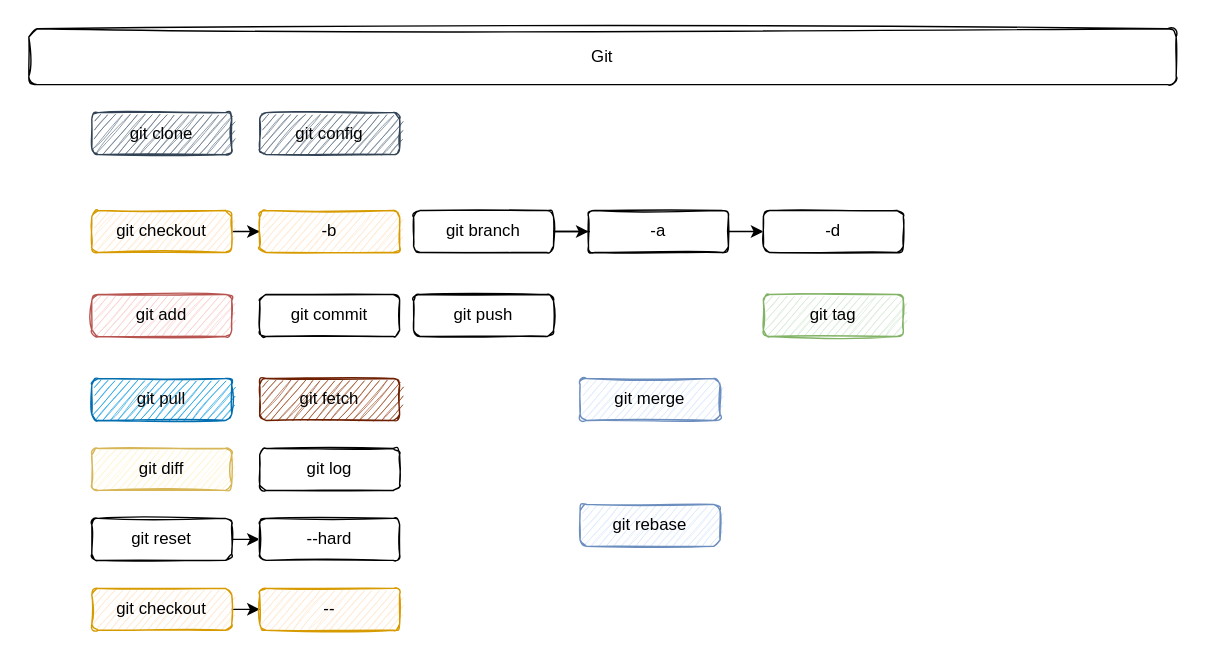
Before: 03-工作环境/images/Git-commands.svg, a diagram exported from draw.io (cd-home/Root). Source tidied: cells renumbered, new cells last; positions are measured from the earlier drawing's top-left corner, leaving out a move shared by most shapes.
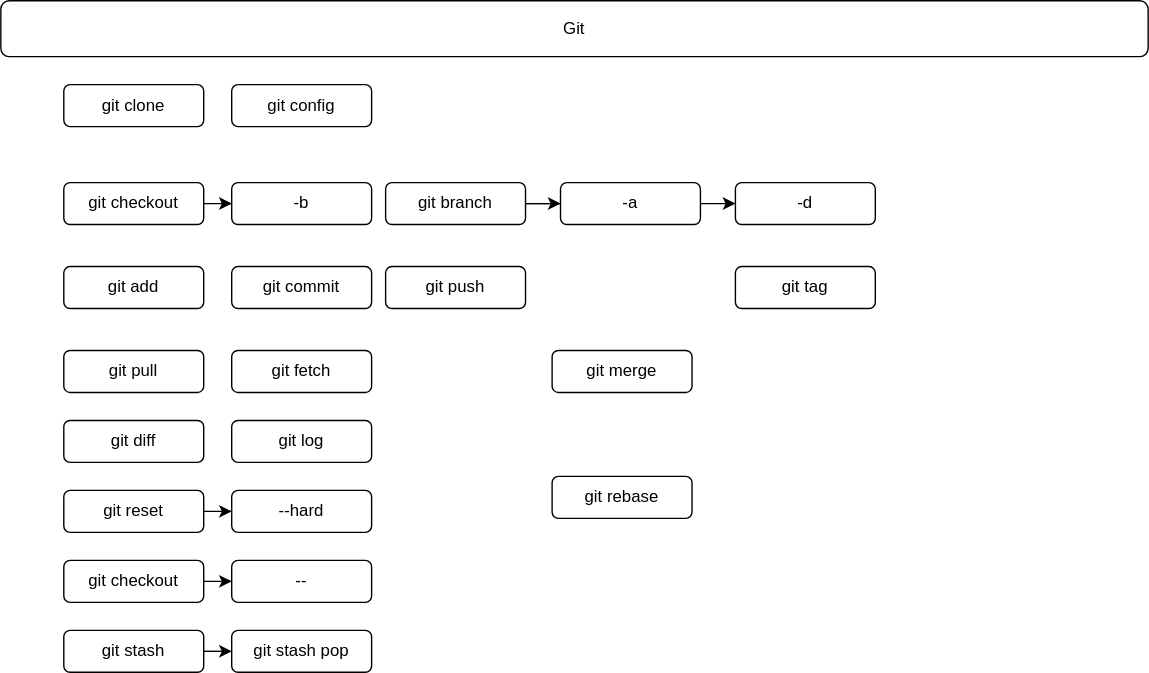
The same file after the commit.

The edit, as a diff of the source:
```diff
@@ -2,10 +2,10 @@
   <root>
     <mxCell id="0" />
     <mxCell id="1" parent="0" />
-    <mxCell id="2" value="Git" style="rounded=1;whiteSpace=wrap;html=1;sketch=1;" parent="1" vertex="1">
+    <mxCell id="2" value="Git" style="rounded=1;whiteSpace=wrap;html=1;" parent="1" vertex="1">
       <mxGeometry width="820" height="40" as="geometry" />
     </mxCell>
-    <mxCell id="3" value="&lt;font color=&quot;#050505&quot;&gt;git pull&lt;/font&gt;" style="rounded=1;whiteSpace=wrap;html=1;fillColor=#1ba1e2;fontColor=#ffffff;strokeColor=#006EAF;sketch=1;" parent="1" vertex="1">
+    <mxCell id="3" value="&lt;font color=&quot;#050505&quot;&gt;git pull&lt;/font&gt;" style="rounded=1;whiteSpace=wrap;html=1;" parent="1" vertex="1">
       <mxGeometry x="45" y="250" width="100" height="30" as="geometry" />
     </mxCell>
     <mxCell id="4" style="edgeStyle=orthogonalEdgeStyle;rounded=0;jettySize=auto;html=1;" parent="1" edge="1" source="6" target="21">
@@ -14,74 +14,83 @@
     <mxCell id="5" style="edgeStyle=orthogonalEdgeStyle;rounded=0;jettySize=auto;html=1;" parent="1" edge="1" source="6" target="22">
       <mxGeometry relative="1" as="geometry" />
     </mxCell>
-    <mxCell id="6" value="git branch" style="rounded=1;whiteSpace=wrap;html=1;sketch=1;" parent="1" vertex="1">
+    <mxCell id="6" value="git branch" style="rounded=1;whiteSpace=wrap;html=1;" parent="1" vertex="1">
       <mxGeometry x="275" y="130" width="100" height="30" as="geometry" />
     </mxCell>
-    <mxCell id="7" value="git add" style="rounded=1;whiteSpace=wrap;html=1;fillColor=#f8cecc;strokeColor=#b85450;sketch=1;" parent="1" vertex="1">
+    <mxCell id="7" value="git add" style="rounded=1;whiteSpace=wrap;html=1;" parent="1" vertex="1">
       <mxGeometry x="45" y="190" width="100" height="30" as="geometry" />
     </mxCell>
-    <mxCell id="8" value="git commit" style="rounded=1;whiteSpace=wrap;html=1;sketch=1;" parent="1" vertex="1">
+    <mxCell id="8" value="git commit" style="rounded=1;whiteSpace=wrap;html=1;" parent="1" vertex="1">
       <mxGeometry x="165" y="190" width="100" height="30" as="geometry" />
     </mxCell>
-    <mxCell id="9" value="git push" style="rounded=1;whiteSpace=wrap;html=1;sketch=1;" parent="1" vertex="1">
+    <mxCell id="9" value="git push" style="rounded=1;whiteSpace=wrap;html=1;" parent="1" vertex="1">
       <mxGeometry x="275" y="190" width="100" height="30" as="geometry" />
     </mxCell>
-    <mxCell id="10" value="git merge" style="rounded=1;whiteSpace=wrap;html=1;fillColor=#dae8fc;strokeColor=#6c8ebf;sketch=1;" parent="1" vertex="1">
+    <mxCell id="10" value="git merge" style="rounded=1;whiteSpace=wrap;html=1;" parent="1" vertex="1">
       <mxGeometry x="394" y="250" width="100" height="30" as="geometry" />
     </mxCell>
-    <mxCell id="11" value="git tag" style="rounded=1;whiteSpace=wrap;html=1;fillColor=#d5e8d4;strokeColor=#82b366;sketch=1;" parent="1" vertex="1">
+    <mxCell id="11" value="git tag" style="rounded=1;whiteSpace=wrap;html=1;" parent="1" vertex="1">
       <mxGeometry x="525" y="190" width="100" height="30" as="geometry" />
     </mxCell>
     <mxCell id="12" style="edgeStyle=orthogonalEdgeStyle;rounded=0;jettySize=auto;html=1;" parent="1" edge="1" source="13" target="20">
       <mxGeometry relative="1" as="geometry" />
     </mxCell>
-    <mxCell id="13" value="git reset" style="rounded=1;whiteSpace=wrap;html=1;sketch=1;" parent="1" vertex="1">
+    <mxCell id="13" value="git reset" style="rounded=1;whiteSpace=wrap;html=1;" parent="1" vertex="1">
       <mxGeometry x="45" y="350" width="100" height="30" as="geometry" />
     </mxCell>
-    <mxCell id="14" value="git diff" style="rounded=1;whiteSpace=wrap;html=1;fillColor=#fff2cc;strokeColor=#d6b656;sketch=1;" parent="1" vertex="1">
+    <mxCell id="14" value="git diff" style="rounded=1;whiteSpace=wrap;html=1;" parent="1" vertex="1">
       <mxGeometry x="45" y="300" width="100" height="30" as="geometry" />
     </mxCell>
-    <mxCell id="15" value="git log" style="rounded=1;whiteSpace=wrap;html=1;sketch=1;" parent="1" vertex="1">
+    <mxCell id="15" value="git log" style="rounded=1;whiteSpace=wrap;html=1;" parent="1" vertex="1">
       <mxGeometry x="165" y="300" width="100" height="30" as="geometry" />
     </mxCell>
-    <mxCell id="16" value="&lt;font color=&quot;#000000&quot;&gt;git fetch&lt;/font&gt;" style="rounded=1;whiteSpace=wrap;html=1;fillColor=#a0522d;fontColor=#ffffff;strokeColor=#6D1F00;sketch=1;" parent="1" vertex="1">
+    <mxCell id="16" value="&lt;font color=&quot;#000000&quot;&gt;git fetch&lt;/font&gt;" style="rounded=1;whiteSpace=wrap;html=1;" parent="1" vertex="1">
       <mxGeometry x="165" y="250" width="100" height="30" as="geometry" />
     </mxCell>
-    <mxCell id="17" value="&lt;font color=&quot;#030303&quot;&gt;git clone&lt;/font&gt;" style="rounded=1;whiteSpace=wrap;html=1;fillColor=#647687;fontColor=#ffffff;strokeColor=#314354;sketch=1;" parent="1" vertex="1">
+    <mxCell id="17" value="&lt;font color=&quot;#030303&quot;&gt;git clone&lt;/font&gt;" style="rounded=1;whiteSpace=wrap;html=1;" parent="1" vertex="1">
       <mxGeometry x="45" y="60" width="100" height="30" as="geometry" />
     </mxCell>
     <mxCell id="18" style="edgeStyle=orthogonalEdgeStyle;rounded=0;jettySize=auto;html=1;" parent="1" edge="1" source="19" target="23">
       <mxGeometry relative="1" as="geometry" />
     </mxCell>
-    <mxCell id="19" value="git checkout" style="rounded=1;whiteSpace=wrap;html=1;fillColor=#ffe6cc;strokeColor=#d79b00;sketch=1;" parent="1" vertex="1">
+    <mxCell id="19" value="git checkout" style="rounded=1;whiteSpace=wrap;html=1;" parent="1" vertex="1">
       <mxGeometry x="45" y="130" width="100" height="30" as="geometry" />
     </mxCell>
-    <mxCell id="20" value="--hard" style="rounded=1;whiteSpace=wrap;html=1;sketch=1;" parent="1" vertex="1">
+    <mxCell id="20" value="--hard" style="rounded=1;whiteSpace=wrap;html=1;" parent="1" vertex="1">
       <mxGeometry x="165" y="350" width="100" height="30" as="geometry" />
     </mxCell>
-    <mxCell id="21" value="-a" style="rounded=1;whiteSpace=wrap;html=1;sketch=1;" parent="1" vertex="1">
+    <mxCell id="21" value="-a" style="rounded=1;whiteSpace=wrap;html=1;" parent="1" vertex="1">
       <mxGeometry x="400" y="130" width="100" height="30" as="geometry" />
     </mxCell>
-    <mxCell id="22" value="-d" style="rounded=1;whiteSpace=wrap;html=1;sketch=1;" parent="1" vertex="1">
+    <mxCell id="22" value="-d" style="rounded=1;whiteSpace=wrap;html=1;" parent="1" vertex="1">
       <mxGeometry x="525" y="130" width="100" height="30" as="geometry" />
     </mxCell>
-    <mxCell id="23" value="-b" style="rounded=1;whiteSpace=wrap;html=1;fillColor=#ffe6cc;strokeColor=#d79b00;sketch=1;" parent="1" vertex="1">
+    <mxCell id="23" value="-b" style="rounded=1;whiteSpace=wrap;html=1;" parent="1" vertex="1">
       <mxGeometry x="165" y="130" width="100" height="30" as="geometry" />
     </mxCell>
     <mxCell id="24" style="edgeStyle=orthogonalEdgeStyle;rounded=0;jettySize=auto;html=1;" parent="1" edge="1" source="25" target="26">
       <mxGeometry relative="1" as="geometry" />
     </mxCell>
-    <mxCell id="25" value="git checkout" style="rounded=1;whiteSpace=wrap;html=1;fillColor=#ffe6cc;strokeColor=#d79b00;sketch=1;" parent="1" vertex="1">
+    <mxCell id="25" value="git checkout" style="rounded=1;whiteSpace=wrap;html=1;" parent="1" vertex="1">
       <mxGeometry x="45" y="400" width="100" height="30" as="geometry" />
     </mxCell>
-    <mxCell id="26" value="--" style="rounded=1;whiteSpace=wrap;html=1;fillColor=#ffe6cc;strokeColor=#d79b00;sketch=1;" parent="1" vertex="1">
+    <mxCell id="26" value="--" style="rounded=1;whiteSpace=wrap;html=1;" parent="1" vertex="1">
       <mxGeometry x="165" y="400" width="100" height="30" as="geometry" />
     </mxCell>
-    <mxCell id="27" value="&lt;font color=&quot;#030303&quot;&gt;git config&lt;/font&gt;" style="rounded=1;whiteSpace=wrap;html=1;fillColor=#647687;fontColor=#ffffff;strokeColor=#314354;sketch=1;" parent="1" vertex="1">
+    <mxCell id="27" value="&lt;font color=&quot;#030303&quot;&gt;git config&lt;/font&gt;" style="rounded=1;whiteSpace=wrap;html=1;" parent="1" vertex="1">
       <mxGeometry x="165" y="60" width="100" height="30" as="geometry" />
     </mxCell>
-    <mxCell id="28" value="git rebase" style="rounded=1;whiteSpace=wrap;html=1;fillColor=#dae8fc;strokeColor=#6c8ebf;sketch=1;" parent="1" vertex="1">
+    <mxCell id="28" value="git rebase" style="rounded=1;whiteSpace=wrap;html=1;" parent="1" vertex="1">
       <mxGeometry x="394" y="340" width="100" height="30" as="geometry" />
     </mxCell>
+    <mxCell id="29" value="git stash" style="rounded=1;whiteSpace=wrap;html=1;" parent="1" vertex="1">
+      <mxGeometry x="45" y="450" width="100" height="30" as="geometry" />
+    </mxCell>
+    <mxCell id="30" value="git stash pop" style="rounded=1;whiteSpace=wrap;html=1;" parent="1" vertex="1">
+      <mxGeometry x="165" y="450" width="100" height="30" as="geometry" />
+    </mxCell>
+    <mxCell id="31" style="edgeStyle=orthogonalEdgeStyle;rounded=0;jettySize=auto;html=1;exitX=1;exitY=0.5;exitDx=0;exitDy=0;entryX=0;entryY=0.5;entryDx=0;entryDy=0;" parent="1" edge="1" source="29" target="30">
+      <mxGeometry relative="1" as="geometry" />
+    </mxCell>
   </root>
 </mxGraphModel>
```
